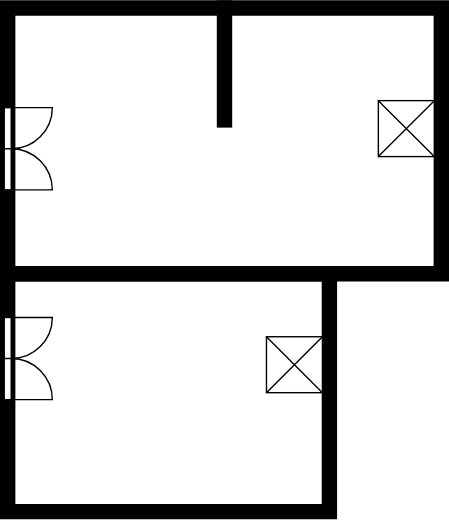
Above: Ver3/react-admin/src/assets/plan.svg in quandhq/Year3_dev_Frontend (draw.io), before the change. Source tidied: cells renumbered, new cells last; positions are measured from the earlier drawing's top-left corner, leaving out a move shared by most shapes. Source of this version:
```xml
<mxGraphModel>
  <root>
    <mxCell id="0" />
    <mxCell id="1" parent="0" />
    <mxCell id="2" style="verticalLabelPosition=bottom;html=1;verticalAlign=top;align=center;shape=mxgraph.floorplan.room;fillColor=strokeColor;" parent="1" vertex="1">
      <mxGeometry x="11" width="320" height="200" as="geometry" />
    </mxCell>
    <mxCell id="3" style="verticalLabelPosition=bottom;html=1;verticalAlign=top;align=center;shape=mxgraph.floorplan.room;fillColor=strokeColor;" parent="1" vertex="1">
      <mxGeometry x="11" y="190" width="240" height="180" as="geometry" />
    </mxCell>
    <mxCell id="4" style="verticalLabelPosition=bottom;html=1;verticalAlign=top;align=center;shape=mxgraph.floorplan.wall;fillColor=strokeColor;direction=south;" parent="1" vertex="1">
      <mxGeometry x="166" width="10" height="90" as="geometry" />
    </mxCell>
    <mxCell id="5" style="verticalLabelPosition=bottom;html=1;verticalAlign=top;align=center;shape=mxgraph.floorplan.doorDouble;rotation=-90;" parent="1" vertex="1">
      <mxGeometry x="-0.2" y="90" width="58.8" height="31.2" as="geometry" />
    </mxCell>
    <mxCell id="6" style="verticalLabelPosition=bottom;html=1;verticalAlign=top;align=center;shape=mxgraph.floorplan.elevator;" parent="1" vertex="1">
      <mxGeometry x="281" y="71.2" width="40" height="40" as="geometry" />
    </mxCell>
    <mxCell id="7" style="verticalLabelPosition=bottom;html=1;verticalAlign=top;align=center;shape=mxgraph.floorplan.doorDouble;rotation=-90;" parent="1" vertex="1">
      <mxGeometry x="-0.2" y="240" width="58.8" height="31.2" as="geometry" />
    </mxCell>
    <mxCell id="8" style="verticalLabelPosition=bottom;html=1;verticalAlign=top;align=center;shape=mxgraph.floorplan.elevator;" parent="1" vertex="1">
      <mxGeometry x="201" y="240" width="40" height="40" as="geometry" />
    </mxCell>
  </root>
</mxGraphModel>
```
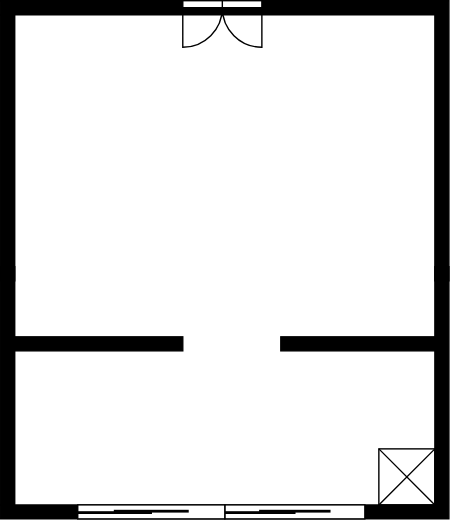
The same diagram one commit later.

The edit, as a diff of the source:
```diff
@@ -2,26 +2,29 @@
   <root>
     <mxCell id="0" />
     <mxCell id="1" parent="0" />
-    <mxCell id="2" style="verticalLabelPosition=bottom;html=1;verticalAlign=top;align=center;shape=mxgraph.floorplan.room;fillColor=strokeColor;" parent="1" vertex="1">
-      <mxGeometry x="11" width="320" height="200" as="geometry" />
-    </mxCell>
-    <mxCell id="3" style="verticalLabelPosition=bottom;html=1;verticalAlign=top;align=center;shape=mxgraph.floorplan.room;fillColor=strokeColor;" parent="1" vertex="1">
-      <mxGeometry x="11" y="190" width="240" height="180" as="geometry" />
-    </mxCell>
-    <mxCell id="4" style="verticalLabelPosition=bottom;html=1;verticalAlign=top;align=center;shape=mxgraph.floorplan.wall;fillColor=strokeColor;direction=south;" parent="1" vertex="1">
-      <mxGeometry x="166" width="10" height="90" as="geometry" />
+    <mxCell id="4" style="verticalLabelPosition=bottom;html=1;verticalAlign=top;align=center;shape=mxgraph.floorplan.wall;fillColor=strokeColor;direction=south;rotation=90;" parent="1" vertex="1">
+      <mxGeometry x="73.5" y="182.5" width="10" height="125" as="geometry" />
     </mxCell>
+    <mxCell id="8" style="verticalLabelPosition=bottom;html=1;verticalAlign=top;align=center;shape=mxgraph.floorplan.elevator;" parent="1" vertex="1">
+      <mxGeometry x="281" y="320" width="40" height="40" as="geometry" />
+    </mxCell>
+    <mxCell id="9" style="verticalLabelPosition=bottom;html=1;verticalAlign=top;align=center;shape=mxgraph.floorplan.wallU;fillColor=strokeColor;rotation=-180;" parent="1" vertex="1">
+      <mxGeometry x="11" y="190" width="320" height="180" as="geometry" />
+    </mxCell>
+    <mxCell id="10" style="verticalLabelPosition=bottom;html=1;verticalAlign=top;align=center;shape=mxgraph.floorplan.wallU;fillColor=strokeColor;" parent="1" vertex="1">
+      <mxGeometry x="11" width="320" height="200" as="geometry" />
+    </mxCell>
-    <mxCell id="5" style="verticalLabelPosition=bottom;html=1;verticalAlign=top;align=center;shape=mxgraph.floorplan.doorDouble;rotation=-90;" parent="1" vertex="1">
-      <mxGeometry x="-0.2" y="90" width="58.8" height="31.2" as="geometry" />
+    <mxCell id="5" style="verticalLabelPosition=bottom;html=1;verticalAlign=top;align=center;shape=mxgraph.floorplan.doorDouble;rotation=0;" parent="1" vertex="1">
+      <mxGeometry x="141" width="56.5" height="30" as="geometry" />
     </mxCell>
-    <mxCell id="6" style="verticalLabelPosition=bottom;html=1;verticalAlign=top;align=center;shape=mxgraph.floorplan.elevator;" parent="1" vertex="1">
-      <mxGeometry x="281" y="71.2" width="40" height="40" as="geometry" />
-    </mxCell>
-    <mxCell id="7" style="verticalLabelPosition=bottom;html=1;verticalAlign=top;align=center;shape=mxgraph.floorplan.doorDouble;rotation=-90;" parent="1" vertex="1">
-      <mxGeometry x="-0.2" y="240" width="58.8" height="31.2" as="geometry" />
-    </mxCell>
-    <mxCell id="8" style="verticalLabelPosition=bottom;html=1;verticalAlign=top;align=center;shape=mxgraph.floorplan.elevator;" parent="1" vertex="1">
-      <mxGeometry x="201" y="240" width="40" height="40" as="geometry" />
-    </mxCell>
+    <mxCell id="11" style="verticalLabelPosition=bottom;html=1;verticalAlign=top;align=center;shape=mxgraph.floorplan.windowGlider;dx=0.25;" parent="1" vertex="1">
+      <mxGeometry x="171" y="360" width="100" height="10" as="geometry" />
+    </mxCell>
+    <mxCell id="12" style="verticalLabelPosition=bottom;html=1;verticalAlign=top;align=center;shape=mxgraph.floorplan.windowGlider;dx=0.25;" parent="1" vertex="1">
+      <mxGeometry x="66" y="360" width="105" height="10" as="geometry" />
+    </mxCell>
+    <mxCell id="13" style="verticalLabelPosition=bottom;html=1;verticalAlign=top;align=center;shape=mxgraph.floorplan.wall;fillColor=strokeColor;" parent="1" vertex="1">
+      <mxGeometry x="211" y="240" width="110" height="10" as="geometry" />
+    </mxCell>
   </root>
 </mxGraphModel>
```
